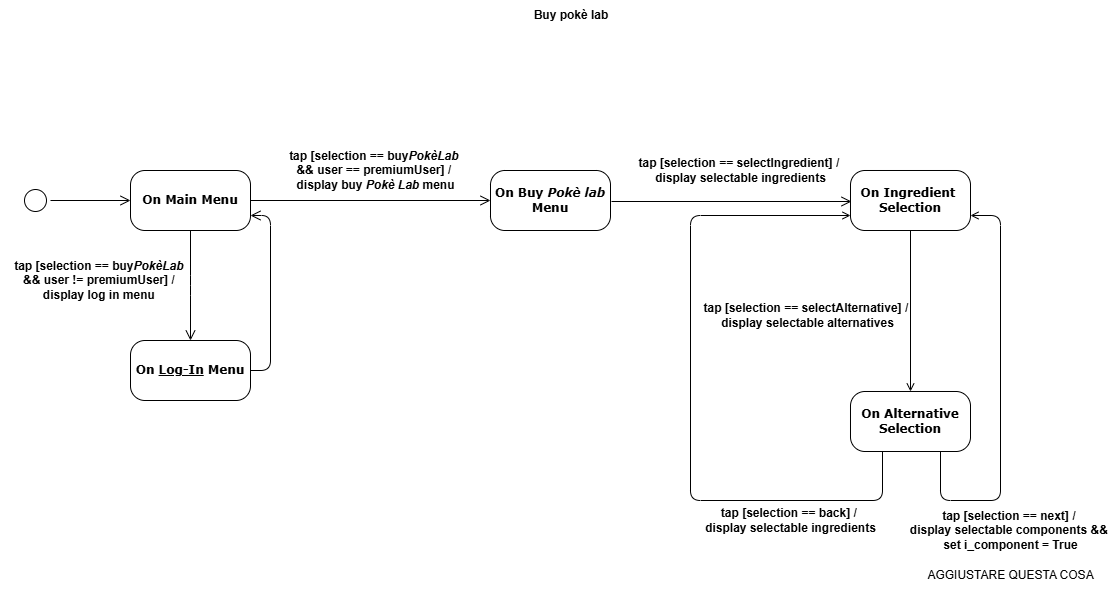
Earlier version of the draw.io export diagrams/StateDiagram.drawio.png (matteopinfildi/ISPW-Project). Source tidied: cells renumbered, new cells last; positions are measured from the earlier drawing's top-left corner, leaving out a move shared by most shapes.
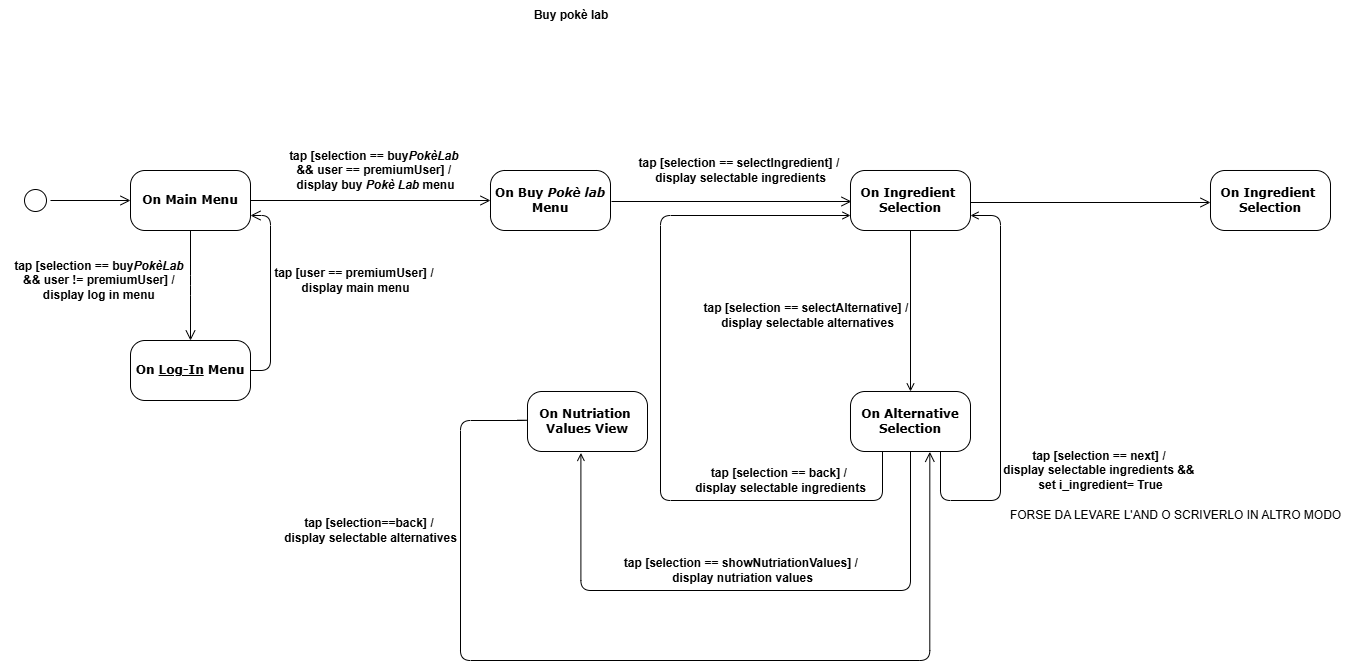
The same file after the commit.

Diff of the diagram source:
```diff
@@ -72,8 +72,8 @@
           <mxPoint x="880" y="391" />
           <mxPoint x="882" y="391" />
           <mxPoint x="882" y="500" />
-          <mxPoint x="690" y="500" />
-          <mxPoint x="690" y="215" />
+          <mxPoint x="660" y="500" />
+          <mxPoint x="660" y="215" />
         </Array>
       </mxGeometry>
     </mxCell>
@@ -84,13 +84,52 @@
       <mxGeometry x="647" y="290" width="320" height="50" as="geometry" />
     </mxCell>
     <mxCell id="21" value="&lt;b&gt;tap [selection == back] /&amp;nbsp;&lt;/b&gt;&lt;div&gt;&lt;b&gt;display&amp;nbsp;&lt;/b&gt;&lt;span style=&quot;background-color: initial;&quot;&gt;&lt;b&gt;selectable&amp;nbsp;&lt;/b&gt;&lt;/span&gt;&lt;b style=&quot;background-color: initial;&quot;&gt;ingredients&lt;/b&gt;&lt;/div&gt;" style="text;html=1;align=center;verticalAlign=middle;strokeColor=none;fillColor=none;" parent="1" vertex="1">
-      <mxGeometry x="695" y="500" width="190" height="40" as="geometry" />
+      <mxGeometry x="685" y="460" width="190" height="40" as="geometry" />
     </mxCell>
-    <mxCell id="22" value="&lt;b&gt;tap [selection == next] /&amp;nbsp;&lt;/b&gt;&lt;div&gt;&lt;b&gt;display&amp;nbsp;&lt;/b&gt;&lt;span style=&quot;background-color: initial;&quot;&gt;&lt;b&gt;selectable&amp;nbsp;&lt;/b&gt;&lt;/span&gt;&lt;b style=&quot;background-color: initial;&quot;&gt;components &amp;amp;&amp;amp;&amp;nbsp;&lt;/b&gt;&lt;/div&gt;&lt;div&gt;&lt;b style=&quot;background-color: initial;&quot;&gt;set i_component = True&lt;/b&gt;&lt;/div&gt;" style="text;html=1;align=center;verticalAlign=middle;strokeColor=none;fillColor=none;" parent="1" vertex="1">
-      <mxGeometry x="900" y="500" width="220" height="60" as="geometry" />
+    <mxCell id="22" value="&lt;b&gt;tap [selection == next] /&amp;nbsp;&lt;/b&gt;&lt;div&gt;&lt;b&gt;display&amp;nbsp;&lt;/b&gt;&lt;span style=&quot;background-color: initial;&quot;&gt;&lt;b&gt;selectable&amp;nbsp;&lt;/b&gt;&lt;/span&gt;&lt;b style=&quot;background-color: initial;&quot;&gt;ingredients &amp;amp;&amp;amp;&amp;nbsp;&lt;/b&gt;&lt;/div&gt;&lt;div&gt;&lt;b style=&quot;background-color: initial;&quot;&gt;set i_ingredient= True&lt;/b&gt;&lt;/div&gt;" style="text;html=1;align=center;verticalAlign=middle;strokeColor=none;fillColor=none;" parent="1" vertex="1">
+      <mxGeometry x="990" y="440" width="220" height="60" as="geometry" />
     </mxCell>
-    <mxCell id="23" value="AGGIUSTARE QUESTA COSA" style="text;html=1;align=center;verticalAlign=middle;strokeColor=none;fillColor=none;" parent="1" vertex="1">
-      <mxGeometry x="915" y="560" width="190" height="30" as="geometry" />
+    <mxCell id="23" value="FORSE DA LEVARE L'AND O SCRIVERLO IN ALTRO MODO" style="text;html=1;align=center;verticalAlign=middle;strokeColor=none;fillColor=none;" parent="1" vertex="1">
+      <mxGeometry x="1000" y="500" width="350" height="30" as="geometry" />
     </mxCell>
+    <mxCell id="24" style="edgeStyle=orthogonalEdgeStyle;html=1;labelBackgroundColor=none;endArrow=open;endSize=8;fontFamily=Verdana;fontSize=12;align=left;fontColor=default;exitX=1;exitY=0.5;exitDx=0;exitDy=0;entryX=0;entryY=0.5;entryDx=0;entryDy=0;" parent="1" edge="1">
+      <mxGeometry relative="1" as="geometry">
+        <mxPoint x="970" y="202" as="sourcePoint" />
+        <mxPoint x="1210" y="202" as="targetPoint" />
+      </mxGeometry>
+    </mxCell>
+    <mxCell id="25" value="&lt;b&gt;On Ingredient&amp;nbsp;&lt;/b&gt;&lt;div&gt;&lt;b&gt;Selection&lt;/b&gt;&lt;/div&gt;" style="rounded=1;whiteSpace=wrap;html=1;arcSize=24;shadow=0;comic=0;labelBackgroundColor=none;fontFamily=Verdana;fontSize=12;align=center;" parent="1" vertex="1">
+      <mxGeometry x="1210" y="170" width="120" height="60" as="geometry" />
+    </mxCell>
+    <mxCell id="26" style="edgeStyle=orthogonalEdgeStyle;rounded=1;jettySize=auto;html=1;exitX=0.5;exitY=1;exitDx=0;exitDy=0;curved=0;endArrow=open;endFill=0;entryX=0.445;entryY=1.024;entryDx=0;entryDy=0;entryPerimeter=0;" parent="1" edge="1" source="19" target="27">
+      <mxGeometry relative="1" as="geometry">
+        <Array as="points">
+          <mxPoint x="910" y="590" />
+          <mxPoint x="580" y="590" />
+        </Array>
+      </mxGeometry>
+    </mxCell>
+    <mxCell id="27" value="&lt;b&gt;On Nutriation&amp;nbsp;&lt;/b&gt;&lt;div&gt;&lt;b&gt;Values View&lt;/b&gt;&lt;/div&gt;" style="rounded=1;whiteSpace=wrap;html=1;arcSize=24;shadow=0;comic=0;labelBackgroundColor=none;fontFamily=Verdana;fontSize=12;align=center;" parent="1" vertex="1">
+      <mxGeometry x="527" y="391" width="120" height="60" as="geometry" />
+    </mxCell>
+    <mxCell id="28" value="&lt;b&gt;tap [selection == showNutriationValues] /&amp;nbsp;&lt;/b&gt;&lt;div&gt;&lt;b&gt;display nutriation values&lt;/b&gt;&lt;/div&gt;" style="text;html=1;align=center;verticalAlign=middle;strokeColor=none;fillColor=none;" parent="1" vertex="1">
+      <mxGeometry x="612" y="550" width="260" height="40" as="geometry" />
+    </mxCell>
+    <mxCell id="29" value="&lt;b&gt;tap [user == premiumUser] /&amp;nbsp;&lt;/b&gt;&lt;div&gt;&lt;b&gt;display main menu&lt;/b&gt;&lt;/div&gt;" style="text;html=1;align=center;verticalAlign=middle;strokeColor=none;fillColor=none;" parent="1" vertex="1">
+      <mxGeometry x="260" y="260" width="190" height="40" as="geometry" />
+    </mxCell>
+    <mxCell id="30" style="edgeStyle=orthogonalEdgeStyle;html=1;labelBackgroundColor=none;endArrow=open;endSize=8;fontFamily=Verdana;fontSize=12;align=left;fontColor=default;exitX=0;exitY=0.5;exitDx=0;exitDy=0;entryX=0.661;entryY=1.006;entryDx=0;entryDy=0;entryPerimeter=0;" parent="1" edge="1" source="27" target="19">
+      <mxGeometry relative="1" as="geometry">
+        <Array as="points">
+          <mxPoint x="527" y="420" />
+          <mxPoint x="460" y="420" />
+          <mxPoint x="460" y="660" />
+          <mxPoint x="929" y="660" />
+        </Array>
+      </mxGeometry>
+    </mxCell>
+    <mxCell id="31" value="&lt;b&gt;tap [selection==back] /&amp;nbsp;&lt;/b&gt;&lt;div&gt;&lt;b&gt;display selectable alternatives&lt;/b&gt;&lt;/div&gt;" style="text;html=1;align=center;verticalAlign=middle;strokeColor=none;fillColor=none;" parent="1" vertex="1">
+      <mxGeometry x="270" y="510" width="200" height="40" as="geometry" />
+    </mxCell>
   </root>
 </mxGraphModel>
```
